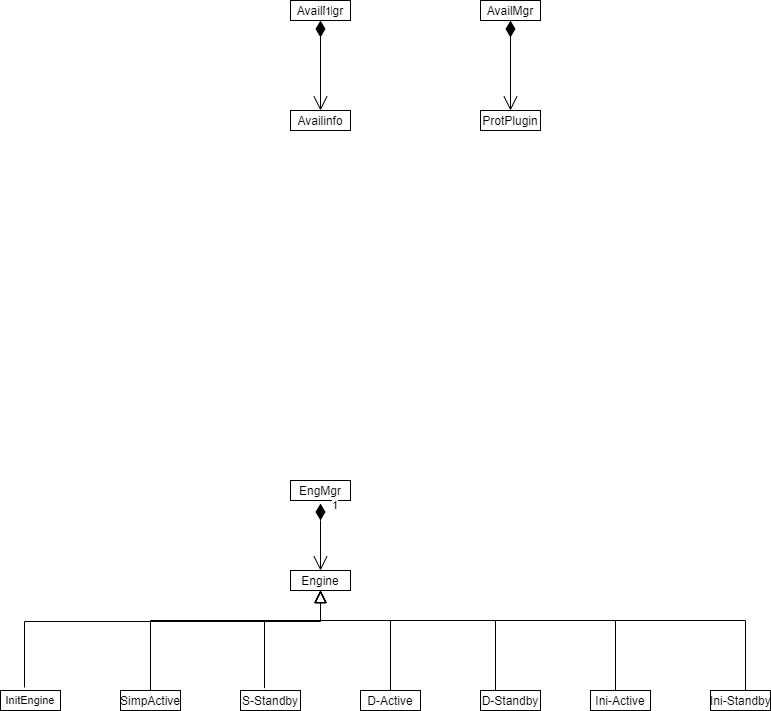
Steve888888/FN-Redundancy keeps this draw.io diagram as UML/Engine.png. Above is the earlier version. Source tidied: cells renumbered, new cells last; positions are measured from the earlier drawing's top-left corner, leaving out a move shared by most shapes.
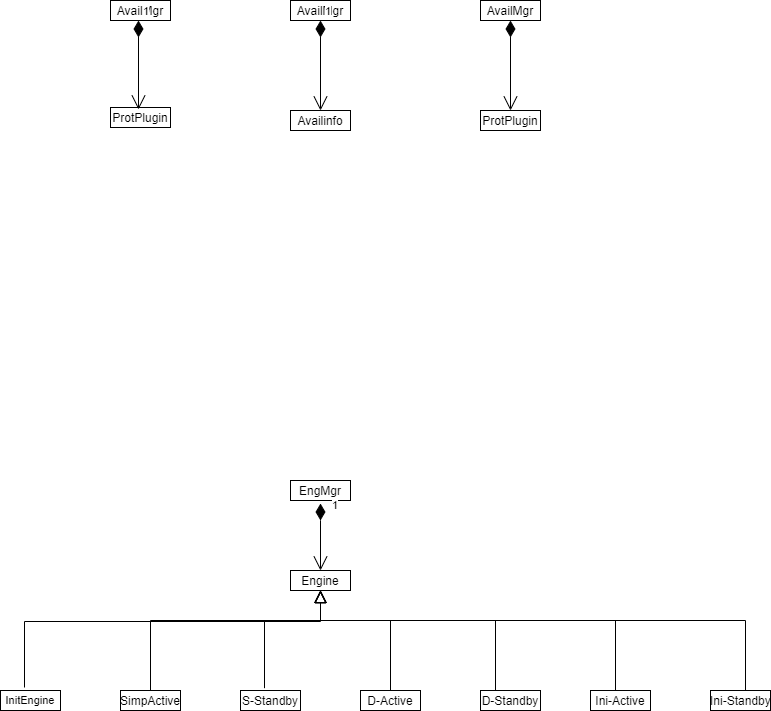
The same file after the commit.

Change to the diagram source:
```diff
@@ -122,5 +122,17 @@
     <mxCell id="24" value="&lt;p style=&quot;margin: 0px ; margin-top: 4px ; text-align: center&quot;&gt;ProtPlugin&lt;/p&gt;&lt;hr size=&quot;1&quot;&gt;&lt;div style=&quot;height: 2px&quot;&gt;&lt;/div&gt;" style="verticalAlign=top;align=left;overflow=fill;fontSize=12;fontFamily=Helvetica;html=1;" parent="1" vertex="1">
       <mxGeometry x="480" y="110" width="60" height="20" as="geometry" />
     </mxCell>
+    <mxCell id="25" value="&lt;p style=&quot;margin: 0px ; margin-top: 4px ; text-align: center&quot;&gt;AvailMgr&lt;/p&gt;&lt;hr size=&quot;1&quot;&gt;&lt;div style=&quot;height: 2px&quot;&gt;&lt;/div&gt;" style="verticalAlign=top;align=left;overflow=fill;fontSize=12;fontFamily=Helvetica;html=1;" parent="1" vertex="1">
+      <mxGeometry x="110" width="60" height="20" as="geometry" />
+    </mxCell>
+    <mxCell id="26" value="&lt;p style=&quot;margin: 0px ; margin-top: 4px ; text-align: center&quot;&gt;ProtPlugin&lt;/p&gt;&lt;hr size=&quot;1&quot;&gt;&lt;div style=&quot;height: 2px&quot;&gt;&lt;/div&gt;" style="verticalAlign=top;align=left;overflow=fill;fontSize=12;fontFamily=Helvetica;html=1;" parent="1" vertex="1">
+      <mxGeometry x="110" y="107" width="60" height="20" as="geometry" />
+    </mxCell>
+    <mxCell id="27" value="1" style="endArrow=open;html=1;endSize=12;startArrow=diamondThin;startSize=14;startFill=1;edgeStyle=orthogonalEdgeStyle;align=left;verticalAlign=bottom;" parent="1" edge="1">
+      <mxGeometry x="-1" y="3" relative="1" as="geometry">
+        <mxPoint x="138" y="20" as="sourcePoint" />
+        <mxPoint x="138" y="109" as="targetPoint" />
+      </mxGeometry>
+    </mxCell>
   </root>
 </mxGraphModel>
```
